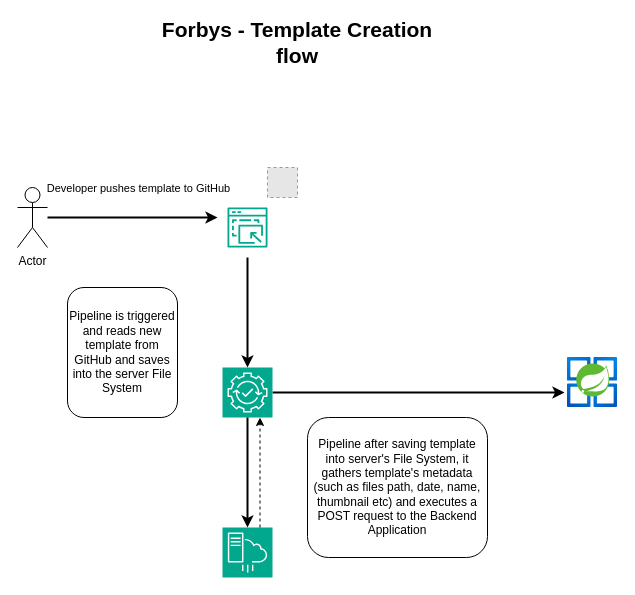
Earlier version of the draw.io diagram page "Template Creation flow" (1 of 4) of Diagrama sem nome.drawio (Odrakir1/forbys). Source tidied: cells renumbered, new cells numbered last; positions are measured from the earlier drawing's top-left corner, leaving out a move shared by most shapes. Both pictures are drawn from the tidied source at 100%, with x=0, y=0 at pixel (17, 27). Pictures stored in the file or linked from it are replaced by grey dashed boxes.
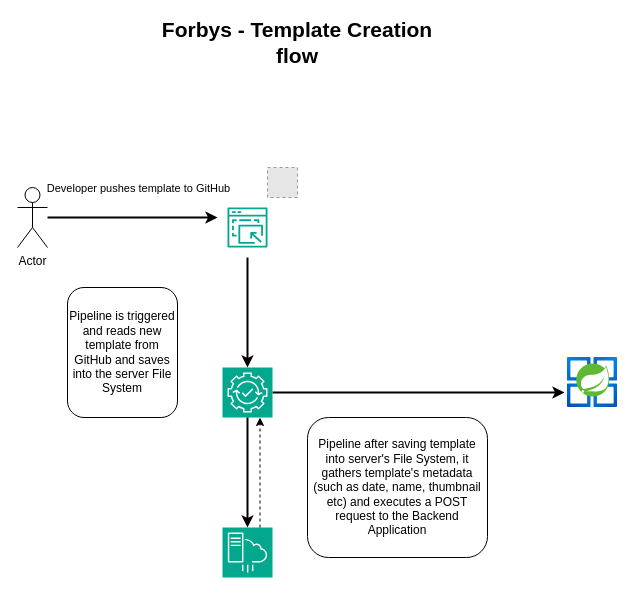
The same diagram, later.

Diff of the diagram source:
```diff
@@
 <mxGraphModel>
   <root>
     <mxCell id="0" />
     <mxCell id="1" parent="0" />
     <mxCell id="2" value="Actor" style="shape=umlActor;verticalLabelPosition=bottom;verticalAlign=top;html=1;outlineConnect=0;" parent="1" vertex="1">
       <mxGeometry y="160" width="30" height="60" as="geometry" />
     </mxCell>
     <mxCell id="3" style="sketch=0;fontColor=#232F3E;gradientColor=none;fillColor=#01A88D;strokeColor=none;dashed=0;verticalLabelPosition=bottom;verticalAlign=top;align=center;html=1;fontSize=12;fontStyle=0;shape=mxgraph.aws4.sagemaker_canvas;" parent="1" vertex="1">
       <mxGeometry x="210" y="180" width="40" height="40" as="geometry" />
     </mxCell>
     <mxCell id="4" style="endArrow=classic;html=1;rounded=0;strokeWidth=2;" parent="1" edge="1" source="2">
       <mxGeometry relative="1" as="geometry">
         <mxPoint x="200" y="190" as="targetPoint" />
       </mxGeometry>
     </mxCell>
     <mxCell id="5" value="Developer pushes template to GitHub" style="edgeLabel;html=1;align=center;verticalAlign=middle;" parent="4" vertex="1">
       <mxGeometry x="-0.04" relative="1" as="geometry">
         <mxPoint x="8" y="-30" as="offset" />
       </mxGeometry>
     </mxCell>
     <mxCell id="6" style="fillColor=#E6E6E6;strokeColor=#999999;dashed=1;html=1;verticalAlign=top;verticalLabelPosition=bottom;labelBackgroundColor=#ffffff;" parent="1" vertex="1">
       <mxGeometry x="250" y="140" width="30" height="30" as="geometry" />
     </mxCell>
     <mxCell id="7" style="edgeStyle=orthogonalEdgeStyle;rounded=0;jettySize=auto;html=1;strokeWidth=2;entryX=-0.06;entryY=0.7;entryDx=0;entryDy=0;entryPerimeter=0;" parent="1" edge="1" source="8" target="14">
       <mxGeometry relative="1" as="geometry" />
     </mxCell>
     <mxCell id="8" style="sketch=0;points=[[0,0,0],[0.25,0,0],[0.5,0,0],[0.75,0,0],[1,0,0],[0,1,0],[0.25,1,0],[0.5,1,0],[0.75,1,0],[1,1,0],[0,0.25,0],[0,0.5,0],[0,0.75,0],[1,0.25,0],[1,0.5,0],[1,0.75,0]];outlineConnect=0;fontColor=#232F3E;fillColor=#01A88D;strokeColor=#ffffff;dashed=0;verticalLabelPosition=bottom;verticalAlign=top;align=center;html=1;fontSize=12;fontStyle=0;shape=mxgraph.aws4.resourceIcon;resIcon=mxgraph.aws4.devops_guru;" parent="1" vertex="1">
       <mxGeometry x="205" y="340" width="50" height="50" as="geometry" />
     </mxCell>
     <mxCell id="9" style="sketch=0;points=[[0,0,0],[0.25,0,0],[0.5,0,0],[0.75,0,0],[1,0,0],[0,1,0],[0.25,1,0],[0.5,1,0],[0.75,1,0],[1,1,0],[0,0.25,0],[0,0.5,0],[0,0.75,0],[1,0.25,0],[1,0.5,0],[1,0.75,0]];outlineConnect=0;fontColor=#232F3E;fillColor=#01A88D;strokeColor=#ffffff;dashed=0;verticalLabelPosition=bottom;verticalAlign=top;align=center;html=1;fontSize=12;fontStyle=0;shape=mxgraph.aws4.resourceIcon;resIcon=mxgraph.aws4.server_migration_service;" parent="1" vertex="1">
       <mxGeometry x="205" y="500" width="50" height="50" as="geometry" />
     </mxCell>
     <mxCell id="10" style="endArrow=classic;html=1;rounded=0;entryX=0.5;entryY=0;entryDx=0;entryDy=0;entryPerimeter=0;exitX=0.5;exitY=1;exitDx=0;exitDy=0;exitPerimeter=0;strokeWidth=2;" parent="1" edge="1" source="8" target="9">
       <mxGeometry relative="1" as="geometry" />
     </mxCell>
     <mxCell id="11" style="endArrow=classic;html=1;rounded=0;entryX=0.5;entryY=0;entryDx=0;entryDy=0;entryPerimeter=0;strokeWidth=2;" parent="1" edge="1" target="8">
       <mxGeometry relative="1" as="geometry">
         <mxPoint x="230" y="230" as="sourcePoint" />
       </mxGeometry>
     </mxCell>
     <mxCell id="12" style="endArrow=classic;html=1;rounded=0;entryX=0.75;entryY=1;entryDx=0;entryDy=0;entryPerimeter=0;exitX=0.75;exitY=0;exitDx=0;exitDy=0;exitPerimeter=0;dashed=1;" parent="1" edge="1" source="9" target="8">
       <mxGeometry relative="1" as="geometry" />
     </mxCell>
     <mxCell id="13" value="Pipeline is triggered and reads new template from GitHub and saves into the server File System" style="rounded=1;whiteSpace=wrap;html=1;" parent="1" vertex="1">
       <mxGeometry x="50" y="260" width="110" height="130" as="geometry" />
     </mxCell>
     <mxCell id="14" style="image;html=1;points=[];align=center;fontSize=12;image=img/lib/azure2/compute/Azure_Spring_Cloud.svg;" parent="1" vertex="1">
       <mxGeometry x="550" y="330" width="50" height="50" as="geometry" />
     </mxCell>
-    <mxCell id="15" value="Pipeline after saving template into server's File System, it gathers template's metadata (such as files path, date, name, thumbnail etc) and executes a POST request to the Backend Application" style="rounded=1;whiteSpace=wrap;html=1;" parent="1" vertex="1">
+    <mxCell id="15" value="Pipeline after saving template into server's File System, it gathers template's metadata (such as date, name, thumbnail etc) and executes a POST request to the Backend Application" style="rounded=1;whiteSpace=wrap;html=1;" parent="1" vertex="1">
       <mxGeometry x="290" y="390" width="180" height="140" as="geometry" />
     </mxCell>
     <mxCell id="16" value="&lt;font style=&quot;font-size: 21px;&quot;&gt;&lt;b&gt;Forbys - Template Creation flow&lt;/b&gt;&lt;/font&gt;" style="text;html=1;align=center;verticalAlign=middle;whiteSpace=wrap;rounded=0;" parent="1" vertex="1">
       <mxGeometry x="120" width="320" height="30" as="geometry" />
     </mxCell>
   </root>
 </mxGraphModel>
```
